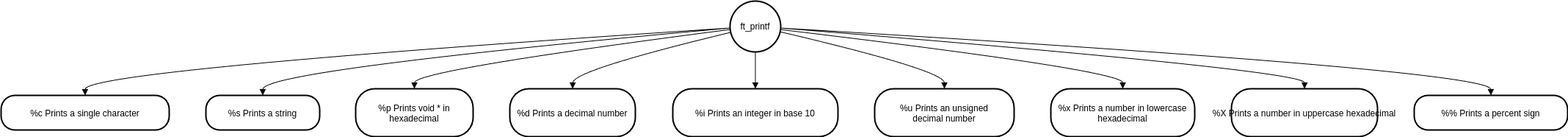
Earlier version of the draw.io export diag_printf.drawio.png (Lyricallll/ft_printf). Source tidied: cells renumbered, new cells last; positions are measured from the earlier drawing's top-left corner, leaving out a move shared by most shapes.
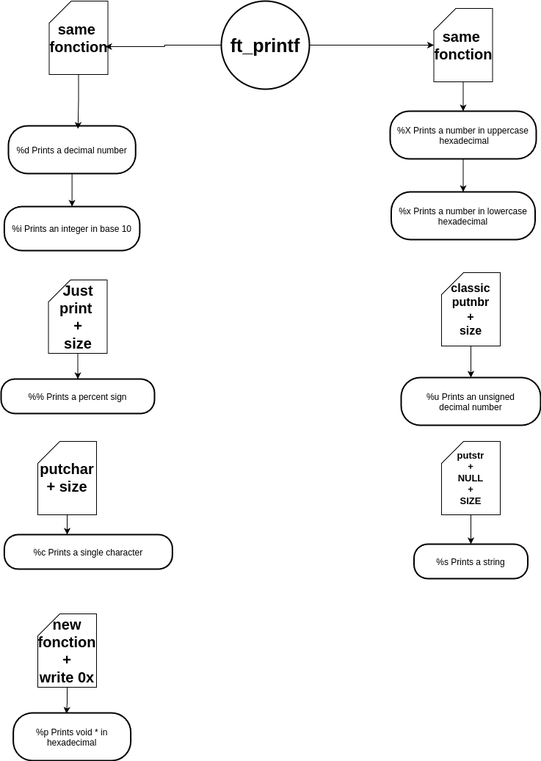
Above is the later version.

The edit, as a diff of the source:
```diff
@@ -2,94 +2,94 @@
   <root>
     <mxCell id="0" />
     <mxCell id="1" parent="0" />
+    <mxCell id="21" style="edgeStyle=orthogonalEdgeStyle;rounded=0;jettySize=auto;html=1;fontSize=20;fontStyle=1;" parent="1" edge="1" source="2" target="27">
+      <mxGeometry relative="1" as="geometry" />
+    </mxCell>
-    <mxCell id="2" value="ft_printf" style="ellipse;strokeWidth=2;whiteSpace=wrap;" parent="1" vertex="1">
-      <mxGeometry x="993" width="69" height="69" as="geometry" />
+    <mxCell id="2" value="ft_printf" style="ellipse;strokeWidth=2;whiteSpace=wrap;fontSize=25;fontStyle=1;" parent="1" vertex="1">
+      <mxGeometry x="292" y="-1138" width="120" height="120" as="geometry" />
     </mxCell>
     <mxCell id="3" value="%c Prints a single character" style="rounded=1;arcSize=40;strokeWidth=2;" parent="1" vertex="1">
-      <mxGeometry y="128" width="229" height="47" as="geometry" />
+      <mxGeometry x="-3.6" y="-411" width="229" height="47" as="geometry" />
     </mxCell>
     <mxCell id="4" value="%s Prints a string" style="rounded=1;arcSize=40;strokeWidth=2;" parent="1" vertex="1">
-      <mxGeometry x="279" y="128" width="155" height="47" as="geometry" />
+      <mxGeometry x="554.5" y="-398" width="155" height="47" as="geometry" />
     </mxCell>
     <mxCell id="5" value="%p Prints void * in&#10;hexadecimal" style="rounded=1;arcSize=40;strokeWidth=2;" parent="1" vertex="1">
-      <mxGeometry x="483" y="119" width="160" height="65" as="geometry" />
+      <mxGeometry x="8.6" y="-168" width="160" height="65" as="geometry" />
     </mxCell>
+    <mxCell id="22" style="edgeStyle=orthogonalEdgeStyle;rounded=0;jettySize=auto;html=1;fontSize=20;fontStyle=1;" parent="1" edge="1" source="6" target="7">
+      <mxGeometry relative="1" as="geometry" />
+    </mxCell>
     <mxCell id="6" value="%d Prints a decimal number" style="rounded=1;arcSize=40;strokeWidth=2;" parent="1" vertex="1">
-      <mxGeometry x="693" y="119" width="171" height="65" as="geometry" />
+      <mxGeometry x="2" y="-968" width="173.2" height="65" as="geometry" />
     </mxCell>
     <mxCell id="7" value="%i Prints an integer in base 10" style="rounded=1;arcSize=40;strokeWidth=2;" parent="1" vertex="1">
-      <mxGeometry x="915" y="119" width="225" height="65" as="geometry" />
+      <mxGeometry x="-3.6" y="-858" width="184.5" height="60" as="geometry" />
     </mxCell>
     <mxCell id="8" value="%u Prints an unsigned&#10;decimal number" style="rounded=1;arcSize=40;strokeWidth=2;fontStyle=0;fontSize=12;" parent="1" vertex="1">
-      <mxGeometry x="1190" y="119" width="190" height="65" as="geometry" />
+      <mxGeometry x="537" y="-625" width="190" height="65" as="geometry" />
     </mxCell>
     <mxCell id="9" value="%x Prints a number in lowercase&#10;hexadecimal" style="rounded=1;arcSize=40;strokeWidth=2;" parent="1" vertex="1">
-      <mxGeometry x="1430" y="119" width="196" height="65" as="geometry" />
+      <mxGeometry x="523.5" y="-878" width="196" height="65" as="geometry" />
     </mxCell>
+    <mxCell id="23" style="edgeStyle=orthogonalEdgeStyle;rounded=0;jettySize=auto;html=1;fontSize=20;fontStyle=1;" parent="1" edge="1" source="10" target="9">
+      <mxGeometry relative="1" as="geometry" />
+    </mxCell>
-    <mxCell id="10" value="%X Prints a number in uppercase hexadecimal" style="rounded=1;arcSize=40;strokeWidth=2;" parent="1" vertex="1">
-      <mxGeometry x="1676" y="119" width="199" height="65" as="geometry" />
+    <mxCell id="10" value="%X Prints a number in uppercase&#10; hexadecimal" style="rounded=1;arcSize=40;strokeWidth=2;" parent="1" vertex="1">
+      <mxGeometry x="522" y="-988" width="199" height="65" as="geometry" />
     </mxCell>
     <mxCell id="11" value="%% Prints a percent sign" style="rounded=1;arcSize=40;strokeWidth=2;" parent="1" vertex="1">
-      <mxGeometry x="1925" y="128" width="209" height="47" as="geometry" />
+      <mxGeometry x="-8" y="-623" width="209" height="47" as="geometry" />
     </mxCell>
-    <mxCell id="12" style="curved=1;startArrow=none;endArrow=block;exitX=0;exitY=0.53;entryX=0.5;entryY=-0.01;" parent="1" edge="1" source="2" target="3">
-      <mxGeometry relative="1" as="geometry">
-        <Array as="points">
-          <mxPoint x="114" y="94" />
-        </Array>
-      </mxGeometry>
-    </mxCell>
-    <mxCell id="13" style="curved=1;startArrow=none;endArrow=block;exitX=0;exitY=0.54;entryX=0.5;entryY=-0.01;" parent="1" edge="1" source="2" target="4">
-      <mxGeometry relative="1" as="geometry">
-        <Array as="points">
-          <mxPoint x="356" y="94" />
-        </Array>
-      </mxGeometry>
-    </mxCell>
-    <mxCell id="14" style="curved=1;startArrow=none;endArrow=block;exitX=0;exitY=0.56;entryX=0.5;entryY=0;" parent="1" edge="1" source="2" target="5">
-      <mxGeometry relative="1" as="geometry">
-        <Array as="points">
-          <mxPoint x="563" y="94" />
-        </Array>
-      </mxGeometry>
-    </mxCell>
-    <mxCell id="15" style="curved=1;startArrow=none;endArrow=block;exitX=0;exitY=0.62;entryX=0.5;entryY=0;" parent="1" edge="1" source="2" target="6">
-      <mxGeometry relative="1" as="geometry">
-        <Array as="points">
-          <mxPoint x="779" y="94" />
-        </Array>
-      </mxGeometry>
-    </mxCell>
-    <mxCell id="16" style="curved=1;startArrow=none;endArrow=block;exitX=0.5;exitY=1;entryX=0.5;entryY=0;" parent="1" edge="1" source="2" target="7">
-      <mxGeometry relative="1" as="geometry" />
-    </mxCell>
-    <mxCell id="17" style="curved=1;startArrow=none;endArrow=block;exitX=0.99;exitY=0.61;entryX=0.5;entryY=0;" parent="1" edge="1" source="2" target="8">
-      <mxGeometry relative="1" as="geometry">
-        <Array as="points">
-          <mxPoint x="1285" y="94" />
-        </Array>
-      </mxGeometry>
-    </mxCell>
-    <mxCell id="18" style="curved=1;startArrow=none;endArrow=block;exitX=0.99;exitY=0.56;entryX=0.5;entryY=0;" parent="1" edge="1" source="2" target="9">
-      <mxGeometry relative="1" as="geometry">
-        <Array as="points">
-          <mxPoint x="1528" y="94" />
-        </Array>
-      </mxGeometry>
-    </mxCell>
-    <mxCell id="19" style="curved=1;startArrow=none;endArrow=block;exitX=0.99;exitY=0.54;entryX=0.5;entryY=0;" parent="1" edge="1" source="2" target="10">
-      <mxGeometry relative="1" as="geometry">
-        <Array as="points">
-          <mxPoint x="1776" y="94" />
-        </Array>
-      </mxGeometry>
-    </mxCell>
-    <mxCell id="20" style="curved=1;startArrow=none;endArrow=block;exitX=0.99;exitY=0.53;entryX=0.5;entryY=-0.01;" parent="1" edge="1" source="2" target="11">
-      <mxGeometry relative="1" as="geometry">
-        <Array as="points">
-          <mxPoint x="2029" y="94" />
-        </Array>
-      </mxGeometry>
-    </mxCell>
+    <mxCell id="24" value="same&amp;nbsp;&lt;div&gt;fonction&lt;/div&gt;" style="shape=card;whiteSpace=wrap;html=1;fontSize=20;fontStyle=1;" parent="1" vertex="1">
+      <mxGeometry x="57.5" y="-1138" width="80" height="100" as="geometry" />
+    </mxCell>
+    <mxCell id="25" style="edgeStyle=orthogonalEdgeStyle;rounded=0;jettySize=auto;html=1;entryX=0.547;entryY=0.062;entryDx=0;entryDy=0;entryPerimeter=0;fontSize=20;fontStyle=1;" parent="1" edge="1" source="24" target="6">
+      <mxGeometry relative="1" as="geometry" />
+    </mxCell>
+    <mxCell id="26" style="edgeStyle=orthogonalEdgeStyle;rounded=0;jettySize=auto;html=1;entryX=0.5;entryY=0;entryDx=0;entryDy=0;fontSize=20;fontStyle=1;" parent="1" edge="1" source="27" target="10">
+      <mxGeometry relative="1" as="geometry" />
+    </mxCell>
+    <mxCell id="27" value="same&amp;nbsp;&lt;div&gt;fonction&lt;/div&gt;" style="shape=card;whiteSpace=wrap;html=1;fontSize=20;fontStyle=1;" parent="1" vertex="1">
+      <mxGeometry x="581.5" y="-1128" width="80" height="100" as="geometry" />
+    </mxCell>
+    <mxCell id="28" style="edgeStyle=orthogonalEdgeStyle;rounded=0;jettySize=auto;html=1;fontSize=20;fontStyle=1;" parent="1" edge="1" source="29" target="11">
+      <mxGeometry x="0.11" y="6" relative="1" as="geometry" />
+    </mxCell>
+    <mxCell id="29" value="Just print&amp;nbsp;&lt;div&gt;+&lt;/div&gt;&lt;div&gt;size&lt;/div&gt;" style="shape=card;whiteSpace=wrap;html=1;fontSize=20;fontStyle=1;" parent="1" vertex="1">
+      <mxGeometry x="56.5" y="-758" width="80" height="100" as="geometry" />
+    </mxCell>
+    <mxCell id="30" style="edgeStyle=orthogonalEdgeStyle;rounded=0;jettySize=auto;html=1;" parent="1" edge="1" source="31" target="8">
+      <mxGeometry relative="1" as="geometry" />
+    </mxCell>
+    <mxCell id="31" value="classic putnbr&lt;div&gt;+&lt;/div&gt;&lt;div&gt;size&lt;/div&gt;" style="shape=card;whiteSpace=wrap;html=1;fontSize=16;fontStyle=1;" parent="1" vertex="1">
+      <mxGeometry x="592" y="-768" width="80" height="100" as="geometry" />
+    </mxCell>
+    <mxCell id="32" style="edgeStyle=orthogonalEdgeStyle;rounded=0;jettySize=auto;html=1;fontStyle=1;" parent="1" edge="1" source="33" target="4">
+      <mxGeometry relative="1" as="geometry" />
+    </mxCell>
+    <mxCell id="33" value="putstr&lt;div&gt;+&lt;/div&gt;&lt;div&gt;NULL&lt;/div&gt;&lt;div&gt;+&lt;/div&gt;&lt;div&gt;SIZE&lt;/div&gt;" style="shape=card;whiteSpace=wrap;html=1;fontSize=13;fontStyle=1;" parent="1" vertex="1">
+      <mxGeometry x="592" y="-538" width="80" height="100" as="geometry" />
+    </mxCell>
+    <mxCell id="34" style="edgeStyle=orthogonalEdgeStyle;rounded=0;jettySize=auto;html=1;fontSize=20;fontStyle=1;" parent="1" edge="1" source="35" target="3">
+      <mxGeometry relative="1" as="geometry">
+        <Array as="points">
+          <mxPoint x="82" y="-408" />
+          <mxPoint x="82" y="-408" />
+        </Array>
+      </mxGeometry>
+    </mxCell>
+    <mxCell id="35" value="putchar + size&lt;div&gt;&lt;br&gt;&lt;/div&gt;" style="shape=card;whiteSpace=wrap;html=1;fontSize=20;fontStyle=1;align=center;verticalAlign=bottom;" parent="1" vertex="1">
+      <mxGeometry x="42" y="-538" width="80" height="100" as="geometry" />
+    </mxCell>
+    <mxCell id="36" style="edgeStyle=orthogonalEdgeStyle;rounded=0;jettySize=auto;html=1;entryX=0.453;entryY=0.015;entryDx=0;entryDy=0;entryPerimeter=0;fontSize=20;fontStyle=1;" parent="1" edge="1" source="37" target="5">
+      <mxGeometry relative="1" as="geometry" />
+    </mxCell>
+    <mxCell id="37" value="new fonction +&lt;div&gt;write 0x&lt;/div&gt;" style="shape=card;whiteSpace=wrap;html=1;fontSize=20;fontStyle=1;" parent="1" vertex="1">
+      <mxGeometry x="42" y="-303" width="80" height="100" as="geometry" />
+    </mxCell>
+    <mxCell id="38" style="edgeStyle=orthogonalEdgeStyle;rounded=0;jettySize=auto;html=1;entryX=0.956;entryY=0.62;entryDx=0;entryDy=0;entryPerimeter=0;" parent="1" edge="1" source="2" target="24">
+      <mxGeometry relative="1" as="geometry" />
+    </mxCell>
   </root>
 </mxGraphModel>
```
